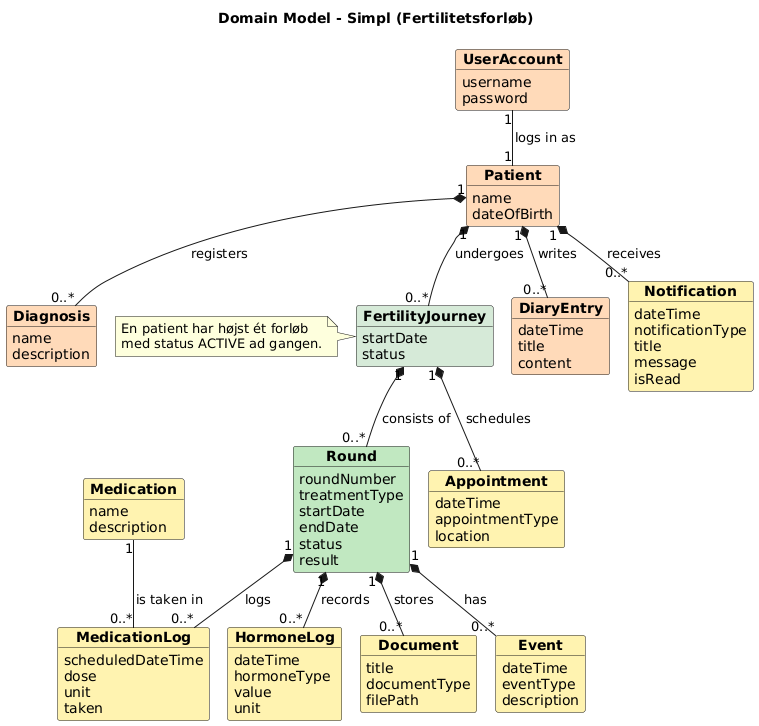
Earlier version of the PlantUML export doc/static/Domænemodel1.png (BesimaP/Simpl-PET-project).
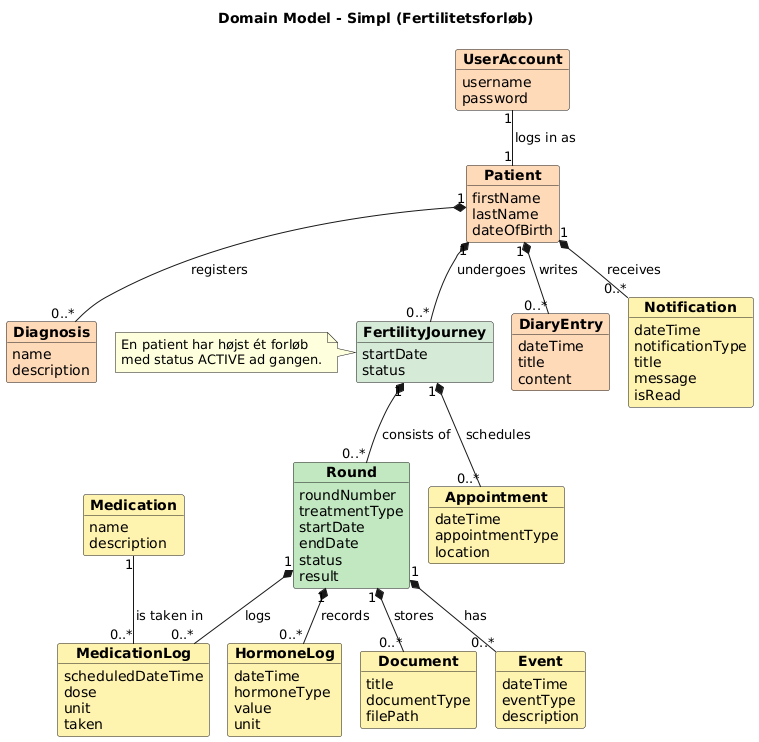
Later version of the same file.

The edit, as a diff of the source:
```diff
@@ -10,7 +10,8 @@
 }
 
 object "<b>Patient</b>" as Patient #FFDAB9 {
-  name
+  firstName
+  lastName
   dateOfBirth
 }
 
```
